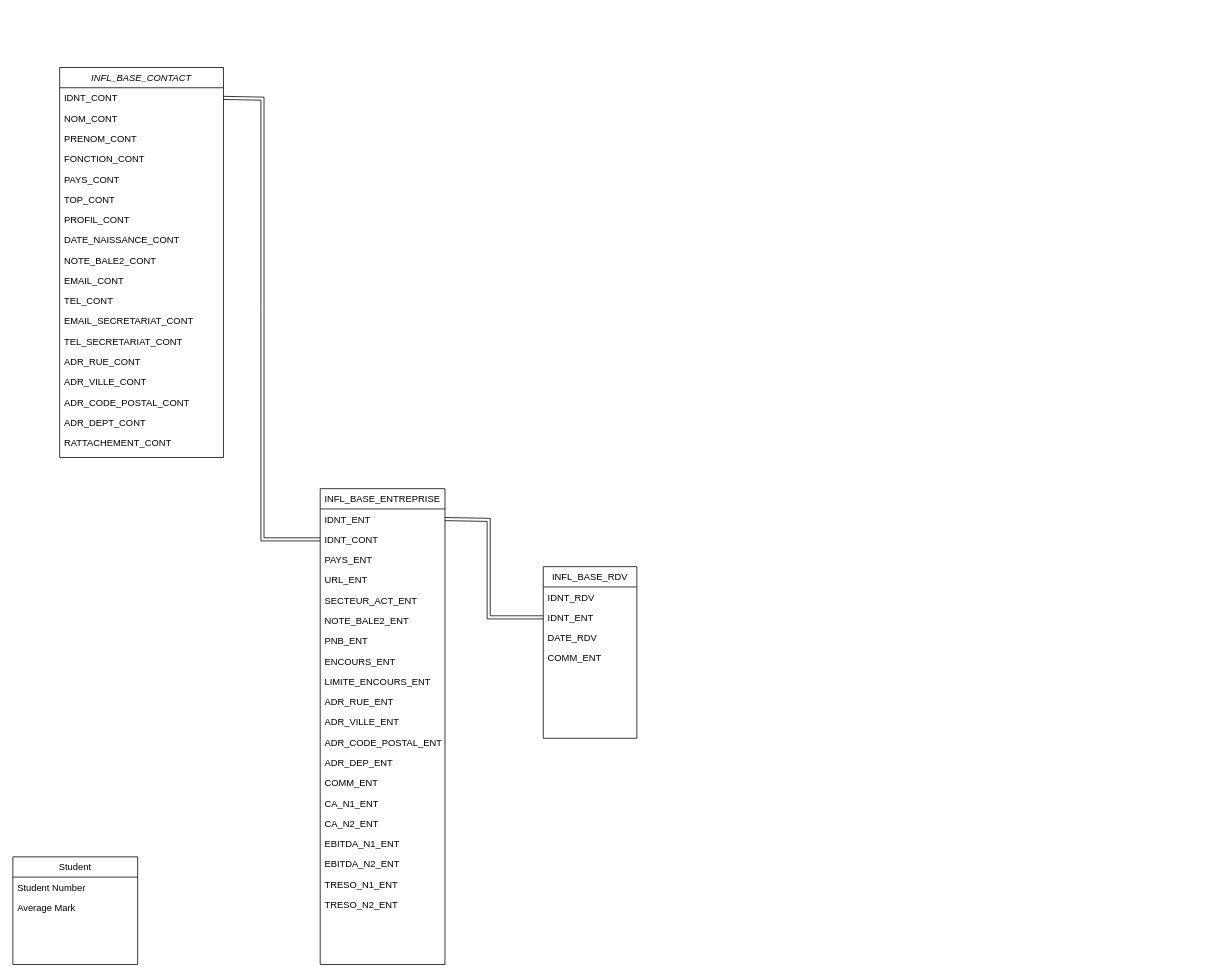
Before: Diagramme sans nom.drawio in edou01/draw, a draw.io diagram. Source tidied: cells renumbered, new cells numbered last; positions are measured from the earlier drawing's top-left corner, leaving out a move shared by most shapes. Both pictures are drawn from the tidied source at 78%, with x=0, y=0 at pixel (12, 67).
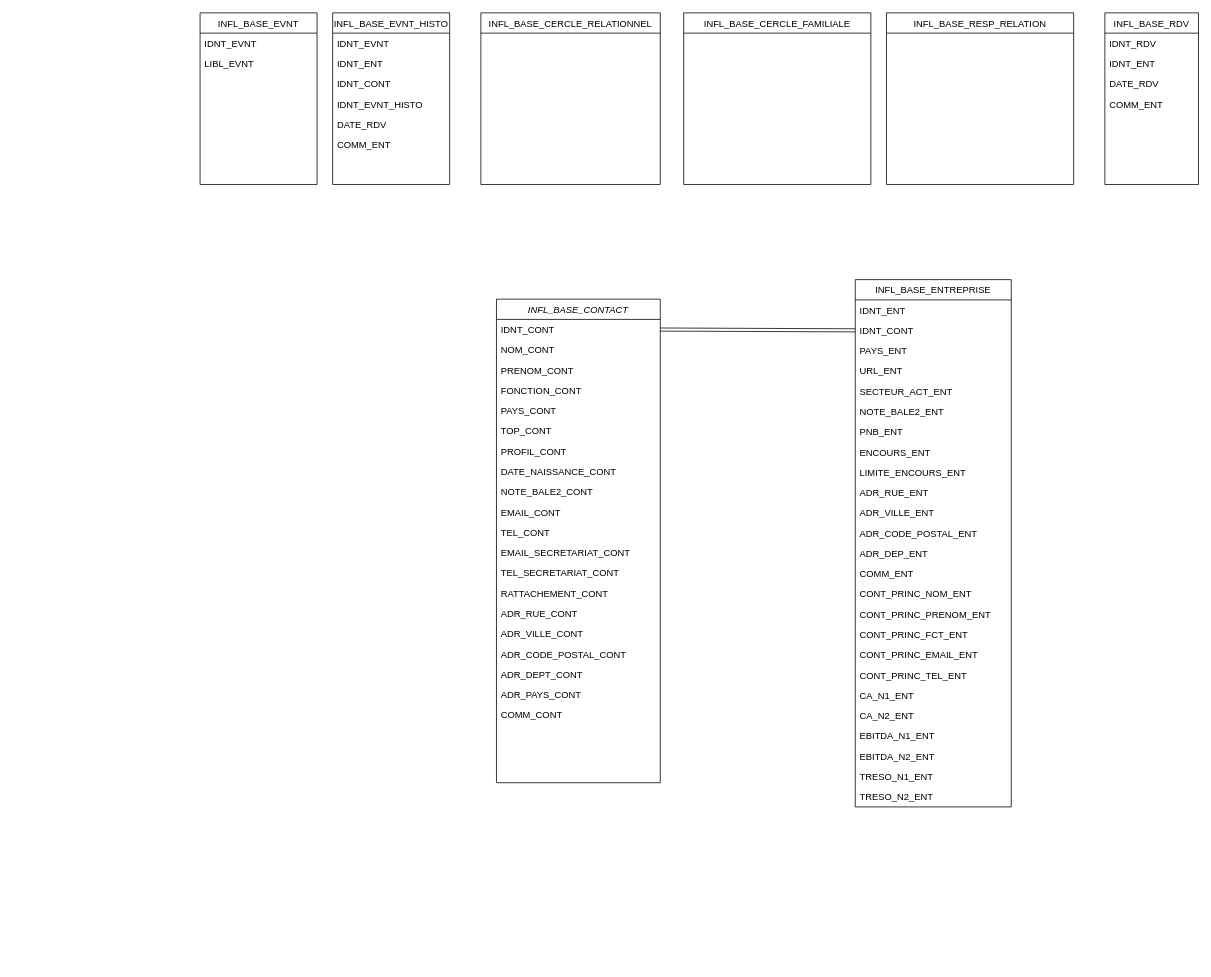
The same page after the edit.

Commit message (it also covers changes not shown here):
Mettre à jour Diagramme sans nom.drawio

The change refers to these unchanged cells:
```xml
<mxCell id="3" value="IDNT_CONT" style="text;align=left;verticalAlign=top;spacingLeft=4;spacingRight=4;overflow=hidden;points=[[0,0.5],[1,0.5]];portConstraint=eastwest;rounded=0;shadow=0;html=0;" parent="2" vertex="1">
  <mxGeometry y="26" width="210" height="26" as="geometry" />
</mxCell>
<mxCell id="26" value="IDNT_ENT" style="text;align=left;verticalAlign=top;spacingLeft=4;spacingRight=4;overflow=hidden;points=[[0,0.5],[1,0.5]];portConstraint=eastwest;rounded=0;shadow=0;html=0;" parent="24" vertex="1">
  <mxGeometry y="52" width="120" height="26" as="geometry" />
</mxCell>
```

Change to the diagram source:
```diff
@@
     <mxCell id="2" value="INFL_BASE_CONTACT" style="swimlane;fontStyle=2;align=center;verticalAlign=top;horizontal=1;startSize=26;rounded=0;shadow=0;strokeWidth=1;" parent="1" vertex="1">
-      <mxGeometry x="60" width="210" height="500" as="geometry" />
+      <mxGeometry x="620" y="297" width="210" height="620" as="geometry" />
     </mxCell>
@@
+    <mxCell id="20" value="RATTACHEMENT_CONT" style="text;align=left;verticalAlign=top;spacingLeft=4;spacingRight=4;overflow=hidden;rounded=0;shadow=0;html=0;" parent="2" vertex="1">
+      <mxGeometry y="364" width="210" height="26" as="geometry" />
+    </mxCell>
     <mxCell id="16" value="ADR_RUE_CONT" style="text;align=left;verticalAlign=top;spacingLeft=4;spacingRight=4;overflow=hidden;rounded=0;shadow=0;html=0;" parent="2" vertex="1">
-      <mxGeometry y="364" width="210" height="26" as="geometry" />
+      <mxGeometry y="390" width="210" height="26" as="geometry" />
     </mxCell>
     <mxCell id="17" value="ADR_VILLE_CONT" style="text;align=left;verticalAlign=top;spacingLeft=4;spacingRight=4;overflow=hidden;rounded=0;shadow=0;html=0;" parent="2" vertex="1">
-      <mxGeometry y="390" width="210" height="26" as="geometry" />
+      <mxGeometry y="416" width="210" height="26" as="geometry" />
     </mxCell>
     <mxCell id="18" value="ADR_CODE_POSTAL_CONT" style="text;align=left;verticalAlign=top;spacingLeft=4;spacingRight=4;overflow=hidden;rounded=0;shadow=0;html=0;" parent="2" vertex="1">
-      <mxGeometry y="416" width="210" height="26" as="geometry" />
+      <mxGeometry y="442" width="210" height="26" as="geometry" />
     </mxCell>
     <mxCell id="19" value="ADR_DEPT_CONT" style="text;align=left;verticalAlign=top;spacingLeft=4;spacingRight=4;overflow=hidden;rounded=0;shadow=0;html=0;" parent="2" vertex="1">
-      <mxGeometry y="442" width="210" height="26" as="geometry" />
+      <mxGeometry y="468" width="210" height="26" as="geometry" />
     </mxCell>
-    <mxCell id="20" value="RATTACHEMENT_CONT" style="text;align=left;verticalAlign=top;spacingLeft=4;spacingRight=4;overflow=hidden;rounded=0;shadow=0;html=0;" parent="2" vertex="1">
-      <mxGeometry y="468" width="210" height="26" as="geometry" />
-    </mxCell>
-    <mxCell id="21" value="Student" style="swimlane;fontStyle=0;align=center;verticalAlign=top;horizontal=1;startSize=26;rounded=0;shadow=0;strokeWidth=1;" parent="1" vertex="1">
-      <mxGeometry y="1012" width="160" height="138" as="geometry" />
-    </mxCell>
-    <mxCell id="22" value="Student Number" style="text;align=left;verticalAlign=top;spacingLeft=4;spacingRight=4;overflow=hidden;" parent="21" vertex="1">
-      <mxGeometry y="26" width="160" height="26" as="geometry" />
-    </mxCell>
-    <mxCell id="23" value="Average Mark" style="text;align=left;verticalAlign=top;spacingLeft=4;spacingRight=4;overflow=hidden;rounded=0;shadow=0;html=0;" parent="21" vertex="1">
-      <mxGeometry y="52" width="160" height="26" as="geometry" />
-    </mxCell>
+    <mxCell id="52" value="ADR_PAYS_CONT" style="text;align=left;verticalAlign=top;spacingLeft=4;spacingRight=4;overflow=hidden;rounded=0;shadow=0;html=0;" parent="2" vertex="1">
+      <mxGeometry y="494" width="210" height="26" as="geometry" />
+    </mxCell>
+    <mxCell id="53" value="COMM_CONT" style="text;align=left;verticalAlign=top;spacingLeft=4;spacingRight=4;overflow=hidden;rounded=0;shadow=0;html=0;" parent="2" vertex="1">
+      <mxGeometry y="520" width="210" height="26" as="geometry" />
+    </mxCell>
     <mxCell id="24" value="INFL_BASE_RDV" style="swimlane;fontStyle=0;align=center;verticalAlign=top;horizontal=1;startSize=26;rounded=0;shadow=0;strokeWidth=1;" parent="1" vertex="1">
-      <mxGeometry x="680" y="640" width="120" height="220" as="geometry" />
+      <mxGeometry x="1400" y="-70" width="120" height="220" as="geometry" />
     </mxCell>
@@
     <mxCell id="29" value="INFL_BASE_ENTREPRISE" style="swimlane;fontStyle=0;align=center;verticalAlign=top;horizontal=1;startSize=26;rounded=0;shadow=0;strokeWidth=1;" parent="1" vertex="1">
-      <mxGeometry x="394" y="540" width="160" height="610" as="geometry" />
+      <mxGeometry x="1080" y="272" width="200" height="676" as="geometry" />
     </mxCell>
     <mxCell id="30" value="IDNT_ENT" style="text;align=left;verticalAlign=top;spacingLeft=4;spacingRight=4;overflow=hidden;points=[[0,0.5],[1,0.5]];portConstraint=eastwest;" parent="29" vertex="1">
-      <mxGeometry y="26" width="160" height="26" as="geometry" />
+      <mxGeometry y="26" width="200" height="26" as="geometry" />
     </mxCell>
     <mxCell id="31" value="IDNT_CONT" style="text;align=left;verticalAlign=top;spacingLeft=4;spacingRight=4;overflow=hidden;points=[[0,0.5],[1,0.5]];portConstraint=eastwest;" parent="29" vertex="1">
-      <mxGeometry y="52" width="160" height="26" as="geometry" />
+      <mxGeometry y="52" width="200" height="26" as="geometry" />
     </mxCell>
     <mxCell id="32" value="PAYS_ENT" style="text;align=left;verticalAlign=top;spacingLeft=4;spacingRight=4;overflow=hidden;rounded=0;shadow=0;html=0;" parent="29" vertex="1">
-      <mxGeometry y="78" width="160" height="26" as="geometry" />
+      <mxGeometry y="78" width="200" height="26" as="geometry" />
     </mxCell>
     <mxCell id="33" value="URL_ENT" style="text;align=left;verticalAlign=top;spacingLeft=4;spacingRight=4;overflow=hidden;rounded=0;shadow=0;html=0;" parent="29" vertex="1">
-      <mxGeometry y="104" width="160" height="26" as="geometry" />
+      <mxGeometry y="104" width="200" height="26" as="geometry" />
     </mxCell>
     <mxCell id="34" value="SECTEUR_ACT_ENT" style="text;align=left;verticalAlign=top;spacingLeft=4;spacingRight=4;overflow=hidden;rounded=0;shadow=0;html=0;" parent="29" vertex="1">
-      <mxGeometry y="130" width="160" height="26" as="geometry" />
+      <mxGeometry y="130" width="200" height="26" as="geometry" />
     </mxCell>
     <mxCell id="35" value="NOTE_BALE2_ENT" style="text;align=left;verticalAlign=top;spacingLeft=4;spacingRight=4;overflow=hidden;rounded=0;shadow=0;html=0;" parent="29" vertex="1">
-      <mxGeometry y="156" width="160" height="26" as="geometry" />
+      <mxGeometry y="156" width="200" height="26" as="geometry" />
     </mxCell>
     <mxCell id="36" value="PNB_ENT" style="text;align=left;verticalAlign=top;spacingLeft=4;spacingRight=4;overflow=hidden;rounded=0;shadow=0;html=0;" parent="29" vertex="1">
-      <mxGeometry y="182" width="160" height="26" as="geometry" />
+      <mxGeometry y="182" width="200" height="26" as="geometry" />
     </mxCell>
     <mxCell id="37" value="ENCOURS_ENT" style="text;align=left;verticalAlign=top;spacingLeft=4;spacingRight=4;overflow=hidden;rounded=0;shadow=0;html=0;" parent="29" vertex="1">
-      <mxGeometry y="208" width="160" height="26" as="geometry" />
+      <mxGeometry y="208" width="200" height="26" as="geometry" />
     </mxCell>
     <mxCell id="38" value="LIMITE_ENCOURS_ENT" style="text;align=left;verticalAlign=top;spacingLeft=4;spacingRight=4;overflow=hidden;rounded=0;shadow=0;html=0;" parent="29" vertex="1">
-      <mxGeometry y="234" width="160" height="26" as="geometry" />
+      <mxGeometry y="234" width="200" height="26" as="geometry" />
     </mxCell>
     <mxCell id="39" value="ADR_RUE_ENT" style="text;align=left;verticalAlign=top;spacingLeft=4;spacingRight=4;overflow=hidden;rounded=0;shadow=0;html=0;" parent="29" vertex="1">
-      <mxGeometry y="260" width="160" height="26" as="geometry" />
+      <mxGeometry y="260" width="200" height="26" as="geometry" />
     </mxCell>
     <mxCell id="40" value="ADR_VILLE_ENT" style="text;align=left;verticalAlign=top;spacingLeft=4;spacingRight=4;overflow=hidden;rounded=0;shadow=0;html=0;" parent="29" vertex="1">
-      <mxGeometry y="286" width="160" height="26" as="geometry" />
+      <mxGeometry y="286" width="200" height="26" as="geometry" />
     </mxCell>
     <mxCell id="41" value="ADR_CODE_POSTAL_ENT" style="text;align=left;verticalAlign=top;spacingLeft=4;spacingRight=4;overflow=hidden;rounded=0;shadow=0;html=0;" parent="29" vertex="1">
-      <mxGeometry y="312" width="160" height="26" as="geometry" />
+      <mxGeometry y="312" width="200" height="26" as="geometry" />
     </mxCell>
     <mxCell id="42" value="ADR_DEP_ENT" style="text;align=left;verticalAlign=top;spacingLeft=4;spacingRight=4;overflow=hidden;rounded=0;shadow=0;html=0;" parent="29" vertex="1">
-      <mxGeometry y="338" width="160" height="26" as="geometry" />
+      <mxGeometry y="338" width="200" height="26" as="geometry" />
     </mxCell>
     <mxCell id="43" value="COMM_ENT" style="text;align=left;verticalAlign=top;spacingLeft=4;spacingRight=4;overflow=hidden;rounded=0;shadow=0;html=0;" parent="29" vertex="1">
-      <mxGeometry y="364" width="160" height="26" as="geometry" />
+      <mxGeometry y="364" width="200" height="26" as="geometry" />
     </mxCell>
+    <mxCell id="54" value="CONT_PRINC_NOM_ENT" style="text;align=left;verticalAlign=top;spacingLeft=4;spacingRight=4;overflow=hidden;rounded=0;shadow=0;html=0;" parent="29" vertex="1">
+      <mxGeometry y="390" width="200" height="26" as="geometry" />
+    </mxCell>
+    <mxCell id="55" value="CONT_PRINC_PRENOM_ENT" style="text;align=left;verticalAlign=top;spacingLeft=4;spacingRight=4;overflow=hidden;rounded=0;shadow=0;html=0;" parent="29" vertex="1">
+      <mxGeometry y="416" width="200" height="26" as="geometry" />
+    </mxCell>
+    <mxCell id="56" value="CONT_PRINC_FCT_ENT" style="text;align=left;verticalAlign=top;spacingLeft=4;spacingRight=4;overflow=hidden;rounded=0;shadow=0;html=0;" parent="29" vertex="1">
+      <mxGeometry y="442" width="200" height="26" as="geometry" />
+    </mxCell>
+    <mxCell id="57" value="CONT_PRINC_EMAIL_ENT" style="text;align=left;verticalAlign=top;spacingLeft=4;spacingRight=4;overflow=hidden;rounded=0;shadow=0;html=0;" parent="29" vertex="1">
+      <mxGeometry y="468" width="200" height="26" as="geometry" />
+    </mxCell>
+    <mxCell id="58" value="CONT_PRINC_TEL_ENT" style="text;align=left;verticalAlign=top;spacingLeft=4;spacingRight=4;overflow=hidden;rounded=0;shadow=0;html=0;" parent="29" vertex="1">
+      <mxGeometry y="494" width="200" height="26" as="geometry" />
+    </mxCell>
     <mxCell id="44" value="CA_N1_ENT" style="text;align=left;verticalAlign=top;spacingLeft=4;spacingRight=4;overflow=hidden;rounded=0;shadow=0;html=0;" parent="29" vertex="1">
-      <mxGeometry y="390" width="160" height="26" as="geometry" />
+      <mxGeometry y="520" width="200" height="26" as="geometry" />
     </mxCell>
     <mxCell id="45" value="CA_N2_ENT" style="text;align=left;verticalAlign=top;spacingLeft=4;spacingRight=4;overflow=hidden;rounded=0;shadow=0;html=0;" parent="29" vertex="1">
-      <mxGeometry y="416" width="160" height="26" as="geometry" />
+      <mxGeometry y="546" width="200" height="26" as="geometry" />
     </mxCell>
     <mxCell id="46" value="EBITDA_N1_ENT" style="text;align=left;verticalAlign=top;spacingLeft=4;spacingRight=4;overflow=hidden;rounded=0;shadow=0;html=0;" parent="29" vertex="1">
-      <mxGeometry y="442" width="160" height="26" as="geometry" />
+      <mxGeometry y="572" width="200" height="26" as="geometry" />
     </mxCell>
     <mxCell id="47" value="EBITDA_N2_ENT" style="text;align=left;verticalAlign=top;spacingLeft=4;spacingRight=4;overflow=hidden;rounded=0;shadow=0;html=0;" parent="29" vertex="1">
-      <mxGeometry y="468" width="160" height="26" as="geometry" />
+      <mxGeometry y="598" width="200" height="26" as="geometry" />
     </mxCell>
     <mxCell id="48" value="TRESO_N1_ENT" style="text;align=left;verticalAlign=top;spacingLeft=4;spacingRight=4;overflow=hidden;rounded=0;shadow=0;html=0;" parent="29" vertex="1">
-      <mxGeometry y="494" width="160" height="26" as="geometry" />
+      <mxGeometry y="624" width="200" height="26" as="geometry" />
     </mxCell>
     <mxCell id="49" value="TRESO_N2_ENT" style="text;align=left;verticalAlign=top;spacingLeft=4;spacingRight=4;overflow=hidden;rounded=0;shadow=0;html=0;" parent="29" vertex="1">
-      <mxGeometry y="520" width="160" height="26" as="geometry" />
+      <mxGeometry y="650" width="200" height="26" as="geometry" />
     </mxCell>
-    <mxCell id="50" style="edgeStyle=none;shape=link;rounded=0;jettySize=auto;html=1;exitX=1;exitY=0.5;exitDx=0;exitDy=0;entryX=0;entryY=0.5;entryDx=0;entryDy=0;" parent="1" edge="1" source="30" target="26">
-      <mxGeometry relative="1" as="geometry">
-        <Array as="points">
-          <mxPoint x="610" y="580" />
-          <mxPoint x="610" y="705" />
-        </Array>
-      </mxGeometry>
-    </mxCell>
+    <mxCell id="59" value="INFL_BASE_EVNT_HISTO" style="swimlane;fontStyle=0;align=center;verticalAlign=top;horizontal=1;startSize=26;rounded=0;shadow=0;strokeWidth=1;" parent="1" vertex="1">
+      <mxGeometry x="410" y="-70" width="150" height="220" as="geometry" />
+    </mxCell>
+    <mxCell id="60" value="IDNT_EVNT" style="text;align=left;verticalAlign=top;spacingLeft=4;spacingRight=4;overflow=hidden;rounded=0;shadow=0;html=0;" parent="59" vertex="1">
+      <mxGeometry y="26" width="150" height="26" as="geometry" />
+    </mxCell>
+    <mxCell id="61" value="IDNT_ENT" style="text;align=left;verticalAlign=top;spacingLeft=4;spacingRight=4;overflow=hidden;rounded=0;shadow=0;html=0;" parent="59" vertex="1">
+      <mxGeometry y="52" width="150" height="26" as="geometry" />
+    </mxCell>
+    <mxCell id="62" value="IDNT_CONT" style="text;align=left;verticalAlign=top;spacingLeft=4;spacingRight=4;overflow=hidden;rounded=0;shadow=0;html=0;" parent="59" vertex="1">
+      <mxGeometry y="78" width="150" height="26" as="geometry" />
+    </mxCell>
+    <mxCell id="63" value="IDNT_EVNT_HISTO" style="text;align=left;verticalAlign=top;spacingLeft=4;spacingRight=4;overflow=hidden;rounded=0;shadow=0;html=0;" parent="59" vertex="1">
+      <mxGeometry y="104" width="150" height="26" as="geometry" />
+    </mxCell>
+    <mxCell id="64" value="DATE_RDV" style="text;align=left;verticalAlign=top;spacingLeft=4;spacingRight=4;overflow=hidden;rounded=0;shadow=0;html=0;" parent="59" vertex="1">
+      <mxGeometry y="130" width="150" height="26" as="geometry" />
+    </mxCell>
+    <mxCell id="65" value="COMM_ENT" style="text;align=left;verticalAlign=top;spacingLeft=4;spacingRight=4;overflow=hidden;rounded=0;shadow=0;html=0;" parent="59" vertex="1">
+      <mxGeometry y="156" width="150" height="26" as="geometry" />
+    </mxCell>
+    <mxCell id="66" value="INFL_BASE_CERCLE_RELATIONNEL" style="swimlane;fontStyle=0;align=center;verticalAlign=top;horizontal=1;startSize=26;rounded=0;shadow=0;strokeWidth=1;" parent="1" vertex="1">
+      <mxGeometry x="600" y="-70" width="230" height="220" as="geometry" />
+    </mxCell>
+    <mxCell id="67" value="INFL_BASE_CERCLE_FAMILIALE" style="swimlane;fontStyle=0;align=center;verticalAlign=top;horizontal=1;startSize=26;rounded=0;shadow=0;strokeWidth=1;" parent="1" vertex="1">
+      <mxGeometry x="860" y="-70" width="240" height="220" as="geometry" />
+    </mxCell>
+    <mxCell id="68" value="INFL_BASE_RESP_RELATION" style="swimlane;fontStyle=0;align=center;verticalAlign=top;horizontal=1;startSize=26;rounded=0;shadow=0;strokeWidth=1;" parent="1" vertex="1">
+      <mxGeometry x="1120" y="-70" width="240" height="220" as="geometry" />
+    </mxCell>
     <mxCell id="51" style="edgeStyle=none;shape=link;rounded=0;jettySize=auto;html=1;exitX=1;exitY=0.5;exitDx=0;exitDy=0;entryX=0;entryY=0.5;entryDx=0;entryDy=0;" parent="1" edge="1" source="3" target="31">
-      <mxGeometry relative="1" as="geometry">
-        <Array as="points">
-          <mxPoint x="320" y="40" />
-          <mxPoint x="320" y="310" />
-          <mxPoint x="320" y="605" />
-        </Array>
-      </mxGeometry>
+      <mxGeometry relative="1" as="geometry" />
     </mxCell>
+    <mxCell id="69" value="INFL_BASE_EVNT" style="swimlane;fontStyle=0;align=center;verticalAlign=top;horizontal=1;startSize=26;rounded=0;shadow=0;strokeWidth=1;" parent="1" vertex="1">
+      <mxGeometry x="240" y="-70" width="150" height="220" as="geometry" />
+    </mxCell>
+    <mxCell id="70" value="IDNT_EVNT" style="text;align=left;verticalAlign=top;spacingLeft=4;spacingRight=4;overflow=hidden;rounded=0;shadow=0;html=0;" parent="69" vertex="1">
+      <mxGeometry y="26" width="150" height="26" as="geometry" />
+    </mxCell>
+    <mxCell id="71" value="LIBL_EVNT" style="text;align=left;verticalAlign=top;spacingLeft=4;spacingRight=4;overflow=hidden;rounded=0;shadow=0;html=0;" parent="69" vertex="1">
+      <mxGeometry y="52" width="150" height="26" as="geometry" />
+    </mxCell>
```
